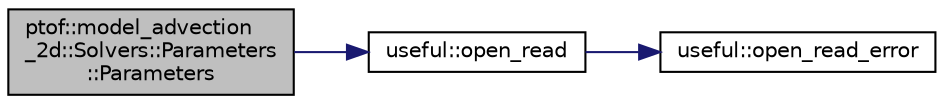
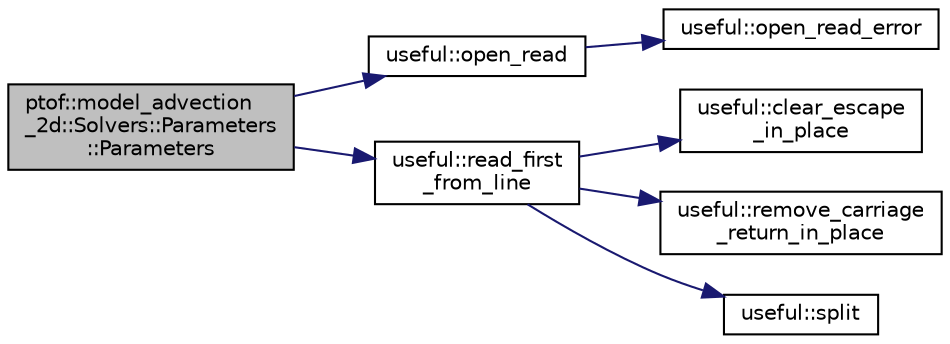
digraph "ptof::model_advection_2d::Solvers::Parameters::Parameters"
{
 // LATEX_PDF_SIZE
  edge [fontname="Helvetica",fontsize="10",labelfontname="Helvetica",labelfontsize="10"];
  node [fontname="Helvetica",fontsize="10",shape=record];
  rankdir="LR";
  Node1 [label="ptof::model_advection\l_2d::Solvers::Parameters\l::Parameters",height=0.2,width=0.4,color="black", fillcolor="grey75", style="filled", fontcolor="black",tooltip=" "];
  Node1 -> Node2 [color="midnightblue",fontsize="10",style="solid",fontname="Helvetica"];
  Node2 [label="useful::open_read",height=0.2,width=0.4,color="black", fillcolor="white", style="filled",URL="$df/d1d/namespaceuseful.html#a2fcffe2f6d0b1ea29e55d88925738fe1",tooltip="Open file for reading."];
  Node2 -> Node3 [color="midnightblue",fontsize="10",style="solid",fontname="Helvetica"];
  Node3 [label="useful::open_read_error",height=0.2,width=0.4,color="black", fillcolor="white", style="filled",URL="$df/d1d/namespaceuseful.html#aaf94f2344123dd23396ad6452b724fa8",tooltip=" "];
+   Node1 -> Node4 [color="midnightblue",fontsize="10",style="solid",fontname="Helvetica"];
+   Node4 [label="useful::read_first\l_from_line",height=0.2,width=0.4,color="black", fillcolor="white", style="filled",URL="$df/d1d/namespaceuseful.html#a5311197ad21c705ad8556c9798a30d0e",tooltip="Extract first value from line, discarding escaped lines and the rest of the line."];
+   Node4 -> Node5 [color="midnightblue",fontsize="10",style="solid",fontname="Helvetica"];
+   Node5 [label="useful::clear_escape\l_in_place",height=0.2,width=0.4,color="black", fillcolor="white", style="filled",URL="$df/d1d/namespaceuseful.html#ab4cf0c5be4646ef7b6c20820c9cbdd12",tooltip="Remove comments after escape sequence."];
+   Node4 -> Node6 [color="midnightblue",fontsize="10",style="solid",fontname="Helvetica"];
+   Node6 [label="useful::remove_carriage\l_return_in_place",height=0.2,width=0.4,color="black", fillcolor="white", style="filled",URL="$df/d1d/namespaceuseful.html#a82b6cb140f848578a0fb18683c66e33c",tooltip="Remove."];
+   Node4 -> Node7 [color="midnightblue",fontsize="10",style="solid",fontname="Helvetica"];
+   Node7 [label="useful::split",height=0.2,width=0.4,color="black", fillcolor="white", style="filled",URL="$df/d1d/namespaceuseful.html#ad5ca702e1c45aaf21184b4018e916363",tooltip="Split string into vector of strings at instances of delimeter."];
}
